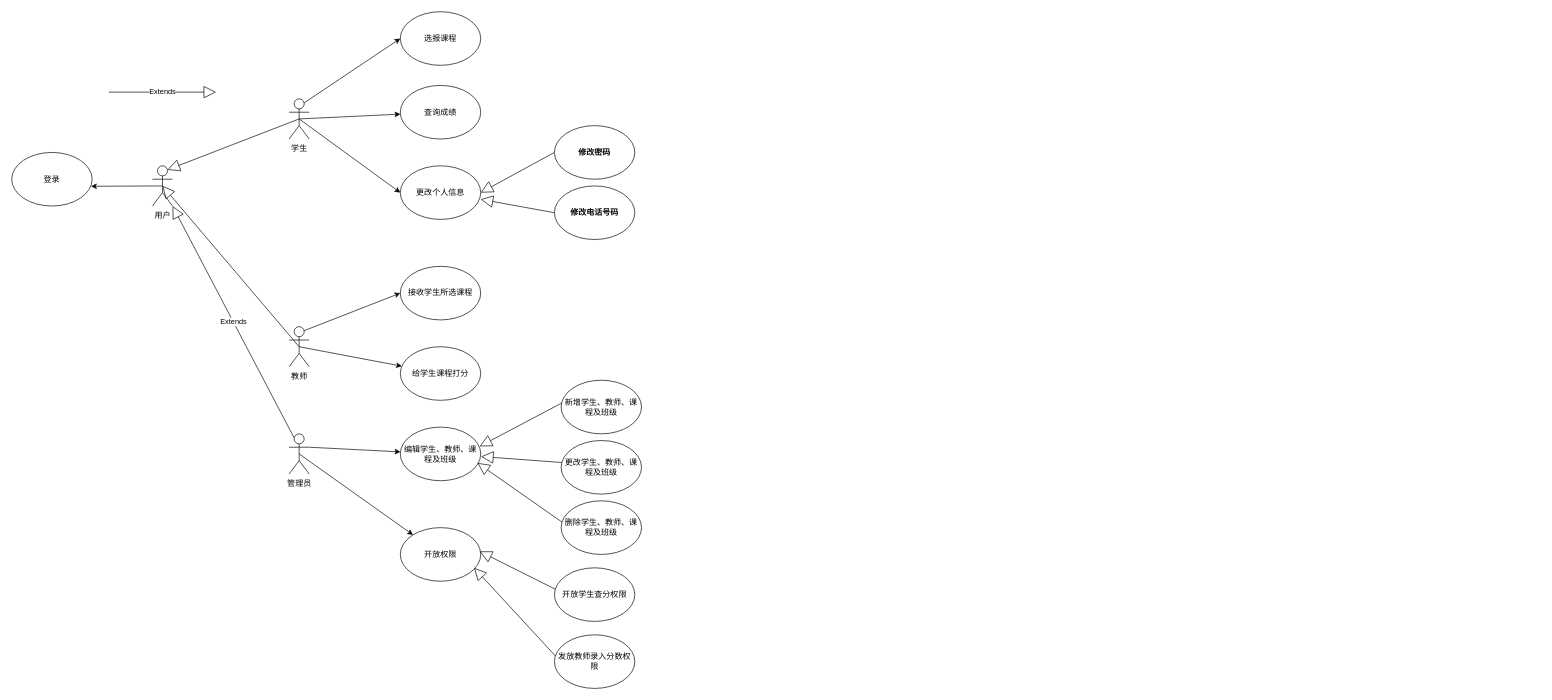
The draw.io diagram page "第 1 页" (1 of 2) of 测试.drawio in sakulay/drawioInstance, before the edit. Source tidied: cells renumbered, new cells numbered last; positions are measured from the earlier drawing's top-left corner, leaving out a move shared by most shapes. Both pictures are drawn from the tidied source at 67%, with x=0, y=0 at pixel (11, 11).
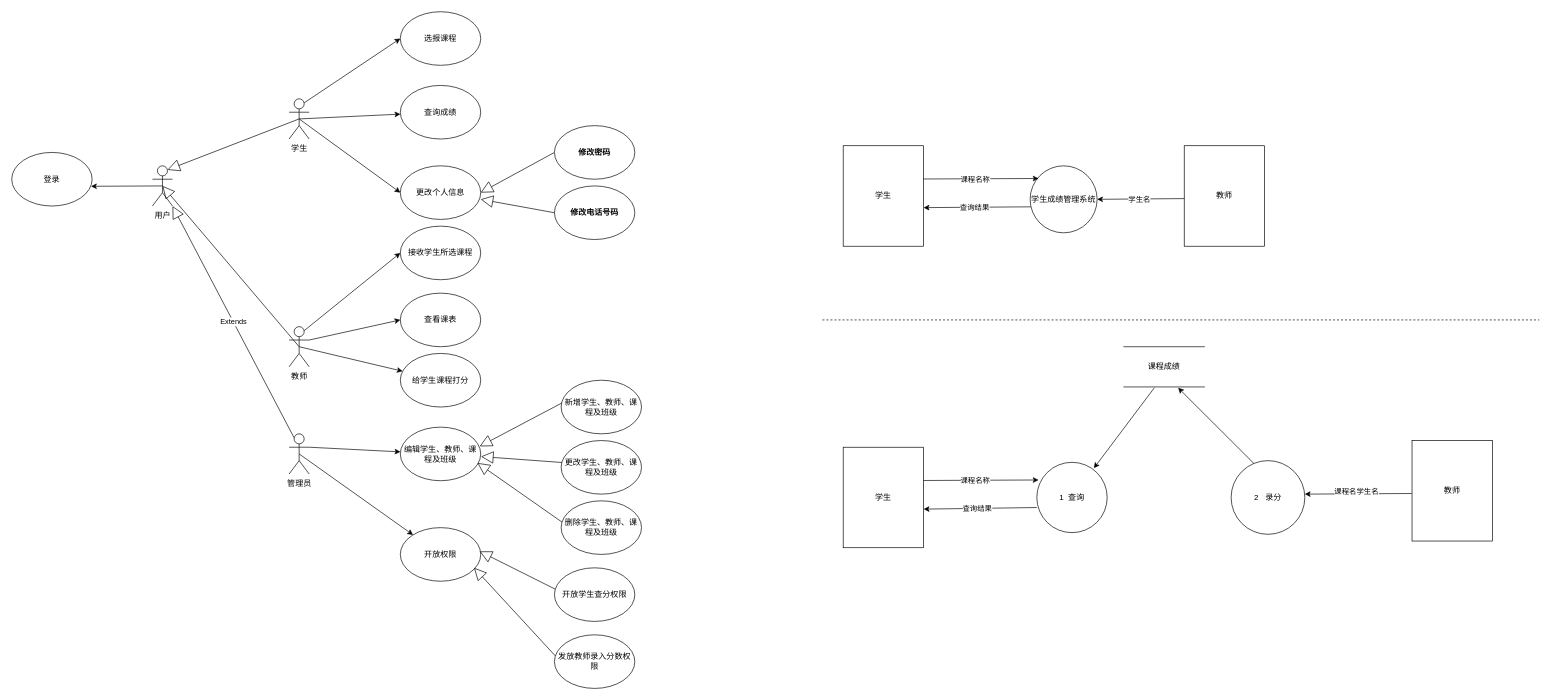
The same diagram, later.

Unchanged cells that the change refers to:
```xml
<mxCell id="20" value="教师" style="shape=umlActor;verticalLabelPosition=bottom;verticalAlign=top;html=1;" parent="1" vertex="1">
  <mxGeometry x="414" y="470" width="30" height="60" as="geometry" />
</mxCell>
```

Diff of the diagram source:
```diff
@@
-    <mxCell id="8" value="Extends" style="endArrow=block;endSize=16;endFill=0;html=1;rounded=0;" parent="1" edge="1">
-      <mxGeometry relative="1" as="geometry">
-        <mxPoint x="145" y="120" as="sourcePoint" />
-        <mxPoint x="305" y="120" as="targetPoint" />
-      </mxGeometry>
-    </mxCell>
@@
     <mxCell id="23" value="给学生课程打分" style="ellipse;whiteSpace=wrap;html=1;" parent="1" vertex="1">
-      <mxGeometry x="580" y="500" width="120" height="80" as="geometry" />
+      <mxGeometry x="580" y="510" width="120" height="80" as="geometry" />
     </mxCell>
     <mxCell id="24" value="接收学生所选课程" style="ellipse;whiteSpace=wrap;html=1;" parent="1" vertex="1">
-      <mxGeometry x="580" y="380" width="120" height="80" as="geometry" />
+      <mxGeometry x="580" y="320" width="120" height="80" as="geometry" />
     </mxCell>
@@
+    <mxCell id="41" style="endArrow=none;dashed=1;html=1;rounded=0;" parent="1" edge="1">
+      <mxGeometry relative="1" as="geometry">
+        <mxPoint x="1210" y="460" as="sourcePoint" />
+        <mxPoint x="2280" y="460" as="targetPoint" />
+      </mxGeometry>
+    </mxCell>
+    <mxCell id="42" style="endArrow=classic;html=1;rounded=0;entryX=0;entryY=0.5;entryDx=0;entryDy=0;exitX=1;exitY=0.3333333333333333;exitDx=0;exitDy=0;exitPerimeter=0;" parent="1" edge="1" source="20" target="43">
+      <mxGeometry relative="1" as="geometry" />
+    </mxCell>
+    <mxCell id="43" value="查看课表" style="ellipse;whiteSpace=wrap;html=1;" parent="1" vertex="1">
+      <mxGeometry x="580" y="420" width="120" height="80" as="geometry" />
+    </mxCell>
+    <mxCell id="44" value="学生" style="rounded=0;whiteSpace=wrap;html=1;" parent="1" vertex="1">
+      <mxGeometry x="1241" y="200" width="120" height="150" as="geometry" />
+    </mxCell>
+    <mxCell id="45" value="学生成绩管理系统" style="ellipse;whiteSpace=wrap;html=1;" parent="1" vertex="1">
+      <mxGeometry x="1520" y="230" width="100" height="100" as="geometry" />
+    </mxCell>
+    <mxCell id="46" style="endArrow=classic;html=1;rounded=0;exitX=0.997;exitY=0.331;exitDx=0;exitDy=0;entryX=0.127;entryY=0.189;entryDx=0;entryDy=0;entryPerimeter=0;exitPerimeter=0;" parent="1" edge="1" source="44" target="45">
+      <mxGeometry relative="1" as="geometry" />
+    </mxCell>
+    <mxCell id="47" value="课程名称" style="edgeLabel;html=1;align=center;verticalAlign=middle;" parent="46" vertex="1">
+      <mxGeometry x="-0.11" relative="1" as="geometry" />
+    </mxCell>
+    <mxCell id="48" style="endArrow=classic;html=1;rounded=0;exitX=0.012;exitY=0.612;exitDx=0;exitDy=0;exitPerimeter=0;entryX=1;entryY=0.616;entryDx=0;entryDy=0;entryPerimeter=0;" parent="1" edge="1" source="45" target="44">
+      <mxGeometry relative="1" as="geometry" />
+    </mxCell>
+    <mxCell id="49" value="查询结果" style="edgeLabel;html=1;align=center;verticalAlign=middle;" parent="48" vertex="1">
+      <mxGeometry x="0.06" relative="1" as="geometry" />
+    </mxCell>
+    <mxCell id="50" value="教师" style="rounded=0;whiteSpace=wrap;html=1;" parent="1" vertex="1">
+      <mxGeometry x="1750" y="200" width="120" height="150" as="geometry" />
+    </mxCell>
+    <mxCell id="51" style="endArrow=classic;html=1;rounded=0;entryX=1;entryY=0.5;entryDx=0;entryDy=0;exitX=0.001;exitY=0.526;exitDx=0;exitDy=0;exitPerimeter=0;" parent="1" edge="1" source="50" target="45">
+      <mxGeometry relative="1" as="geometry" />
+    </mxCell>
+    <mxCell id="52" value="学生名" style="edgeLabel;html=1;align=center;verticalAlign=middle;" parent="51" vertex="1">
+      <mxGeometry x="0.04" y="1" relative="1" as="geometry" />
+    </mxCell>
+    <mxCell id="53" value="学生" style="rounded=0;whiteSpace=wrap;html=1;" parent="1" vertex="1">
+      <mxGeometry x="1241" y="650" width="120" height="150" as="geometry" />
+    </mxCell>
+    <mxCell id="54" style="endArrow=classic;html=1;rounded=0;exitX=0.997;exitY=0.331;exitDx=0;exitDy=0;entryX=0.127;entryY=0.189;entryDx=0;entryDy=0;entryPerimeter=0;exitPerimeter=0;" parent="1" edge="1" source="53">
+      <mxGeometry relative="1" as="geometry">
+        <mxPoint x="1532.7" y="698.9" as="targetPoint" />
+      </mxGeometry>
+    </mxCell>
+    <mxCell id="55" value="课程名称" style="edgeLabel;html=1;align=center;verticalAlign=middle;" parent="54" vertex="1">
+      <mxGeometry x="-0.11" relative="1" as="geometry" />
+    </mxCell>
+    <mxCell id="56" style="endArrow=classic;html=1;rounded=0;exitX=0;exitY=0.643;exitDx=0;exitDy=0;exitPerimeter=0;entryX=1;entryY=0.616;entryDx=0;entryDy=0;entryPerimeter=0;" parent="1" edge="1" source="61" target="53">
+      <mxGeometry relative="1" as="geometry" />
+    </mxCell>
+    <mxCell id="57" value="查询结果" style="edgeLabel;html=1;align=center;verticalAlign=middle;" parent="56" vertex="1">
+      <mxGeometry x="0.06" relative="1" as="geometry" />
+    </mxCell>
+    <mxCell id="58" value="教师" style="rounded=0;whiteSpace=wrap;html=1;" parent="1" vertex="1">
+      <mxGeometry x="2090" y="640" width="120" height="150" as="geometry" />
+    </mxCell>
+    <mxCell id="59" style="endArrow=classic;html=1;rounded=0;exitX=-0.003;exitY=0.527;exitDx=0;exitDy=0;exitPerimeter=0;" parent="1" edge="1" source="58">
+      <mxGeometry relative="1" as="geometry">
+        <mxPoint x="1929.9" y="720" as="targetPoint" />
+      </mxGeometry>
+    </mxCell>
+    <mxCell id="60" value="课程名学生名" style="edgeLabel;html=1;align=center;verticalAlign=middle;" parent="59" vertex="1">
+      <mxGeometry x="0.04" y="1" relative="1" as="geometry">
+        <mxPoint y="-5" as="offset" />
+      </mxGeometry>
+    </mxCell>
+    <mxCell id="61" value="1&amp;nbsp; 查询" style="ellipse;whiteSpace=wrap;html=1;" parent="1" vertex="1">
+      <mxGeometry x="1530" y="672.5" width="105" height="105" as="geometry" />
+    </mxCell>
+    <mxCell id="62" value="2&amp;nbsp; &amp;nbsp;录分" style="ellipse;whiteSpace=wrap;html=1;" parent="1" vertex="1">
+      <mxGeometry x="1820" y="670" width="110" height="110" as="geometry" />
+    </mxCell>
+    <mxCell id="63" value="课程成绩" style="shape=partialRectangle;whiteSpace=wrap;html=1;left=0;right=0;fillColor=none;" parent="1" vertex="1">
+      <mxGeometry x="1660" y="500" width="120" height="60" as="geometry" />
+    </mxCell>
+    <mxCell id="64" style="endArrow=classic;html=1;rounded=0;entryX=0.674;entryY=1.022;entryDx=0;entryDy=0;entryPerimeter=0;exitX=0.309;exitY=0.039;exitDx=0;exitDy=0;exitPerimeter=0;" parent="1" edge="1" source="62" target="63">
+      <mxGeometry relative="1" as="geometry" />
+    </mxCell>
+    <mxCell id="65" style="endArrow=classic;html=1;rounded=0;entryX=0.811;entryY=0.084;entryDx=0;entryDy=0;entryPerimeter=0;exitX=0.378;exitY=1.022;exitDx=0;exitDy=0;exitPerimeter=0;" parent="1" edge="1" source="63" target="61">
+      <mxGeometry relative="1" as="geometry" />
+    </mxCell>
```
